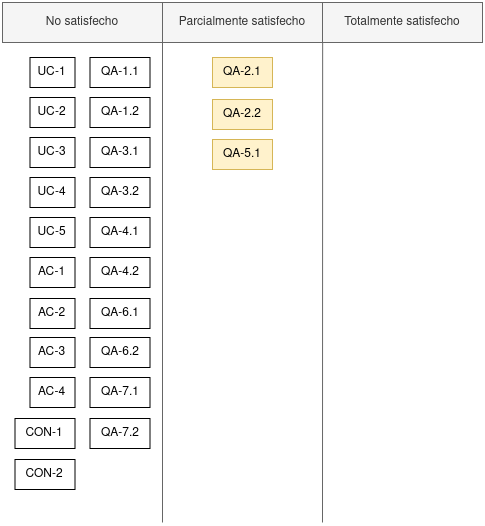
ramaaorella/final_disenio keeps this draw.io diagram as images/design-kanban-board/iteration-0.png. Above is the earlier version. Source tidied: cells renumbered, new cells last; positions are measured from the earlier drawing's top-left corner, leaving out a move shared by most shapes. The source it was exported from:
```xml
<mxGraphModel>
  <root>
    <mxCell id="0" />
    <mxCell id="1" parent="0" />
    <mxCell id="2" value="UC-1" style="rounded=0;whiteSpace=wrap;html=1;" parent="1" vertex="1">
      <mxGeometry x="27.5" y="55" width="45" height="30" as="geometry" />
    </mxCell>
    <mxCell id="3" value="UC-2" style="rounded=0;whiteSpace=wrap;html=1;" parent="1" vertex="1">
      <mxGeometry x="27.5" y="95" width="45" height="30" as="geometry" />
    </mxCell>
    <mxCell id="4" value="UC-3" style="rounded=0;whiteSpace=wrap;html=1;" parent="1" vertex="1">
      <mxGeometry x="27.5" y="135" width="45" height="30" as="geometry" />
    </mxCell>
    <mxCell id="5" value="&lt;div&gt;UC-4&lt;/div&gt;" style="rounded=0;whiteSpace=wrap;html=1;" parent="1" vertex="1">
      <mxGeometry x="27.5" y="175" width="45" height="30" as="geometry" />
    </mxCell>
    <mxCell id="6" value="UC-5" style="rounded=0;whiteSpace=wrap;html=1;" parent="1" vertex="1">
      <mxGeometry x="27.5" y="215" width="45" height="30" as="geometry" />
    </mxCell>
    <mxCell id="7" value="QA-1.1" style="rounded=0;whiteSpace=wrap;html=1;" parent="1" vertex="1">
      <mxGeometry x="87.5" y="55" width="60" height="30" as="geometry" />
    </mxCell>
    <mxCell id="8" value="QA-1.2" style="rounded=0;whiteSpace=wrap;html=1;" parent="1" vertex="1">
      <mxGeometry x="87.5" y="95" width="60" height="30" as="geometry" />
    </mxCell>
    <mxCell id="9" value="QA-2.1" style="rounded=0;whiteSpace=wrap;html=1;fillColor=#fff2cc;strokeColor=#d6b656;" parent="1" vertex="1">
      <mxGeometry x="210" y="55" width="60" height="30" as="geometry" />
    </mxCell>
    <mxCell id="10" value="QA-2.2" style="rounded=0;whiteSpace=wrap;html=1;fillColor=#fff2cc;strokeColor=#d6b656;" parent="1" vertex="1">
      <mxGeometry x="210" y="97" width="60" height="30" as="geometry" />
    </mxCell>
    <mxCell id="11" value="QA-3.1" style="rounded=0;whiteSpace=wrap;html=1;" parent="1" vertex="1">
      <mxGeometry x="87.5" y="135" width="60" height="30" as="geometry" />
    </mxCell>
    <mxCell id="12" value="QA-3.2" style="rounded=0;whiteSpace=wrap;html=1;" parent="1" vertex="1">
      <mxGeometry x="87.5" y="175" width="60" height="30" as="geometry" />
    </mxCell>
    <mxCell id="13" value="QA-4.1" style="rounded=0;whiteSpace=wrap;html=1;" parent="1" vertex="1">
      <mxGeometry x="87.5" y="215" width="60" height="30" as="geometry" />
    </mxCell>
    <mxCell id="14" value="QA-4.2" style="rounded=0;whiteSpace=wrap;html=1;" parent="1" vertex="1">
      <mxGeometry x="87.5" y="255" width="60" height="30" as="geometry" />
    </mxCell>
    <mxCell id="15" value="QA-5.1" style="rounded=0;whiteSpace=wrap;html=1;fillColor=#fff2cc;strokeColor=#d6b656;" parent="1" vertex="1">
      <mxGeometry x="210" y="137" width="60" height="30" as="geometry" />
    </mxCell>
    <mxCell id="16" value="QA-6.1" style="rounded=0;whiteSpace=wrap;html=1;" parent="1" vertex="1">
      <mxGeometry x="87.5" y="296" width="60" height="30" as="geometry" />
    </mxCell>
    <mxCell id="17" value="QA-6.2" style="rounded=0;whiteSpace=wrap;html=1;" parent="1" vertex="1">
      <mxGeometry x="87.5" y="335" width="60" height="30" as="geometry" />
    </mxCell>
    <mxCell id="18" value="QA-7.1" style="rounded=0;whiteSpace=wrap;html=1;" parent="1" vertex="1">
      <mxGeometry x="87.5" y="375" width="60" height="30" as="geometry" />
    </mxCell>
    <mxCell id="19" value="QA-7.2" style="rounded=0;whiteSpace=wrap;html=1;" parent="1" vertex="1">
      <mxGeometry x="87.5" y="416" width="60" height="30" as="geometry" />
    </mxCell>
    <mxCell id="20" value="CON-1" style="rounded=0;whiteSpace=wrap;html=1;" parent="1" vertex="1">
      <mxGeometry x="12.5" y="416" width="60" height="30" as="geometry" />
    </mxCell>
    <mxCell id="21" value="CON-2" style="rounded=0;whiteSpace=wrap;html=1;" parent="1" vertex="1">
      <mxGeometry x="12.5" y="457" width="60" height="30" as="geometry" />
    </mxCell>
    <mxCell id="22" value="AC-1" style="rounded=0;whiteSpace=wrap;html=1;" parent="1" vertex="1">
      <mxGeometry x="27.5" y="255" width="45" height="30" as="geometry" />
    </mxCell>
    <mxCell id="23" value="AC-2" style="rounded=0;whiteSpace=wrap;html=1;" parent="1" vertex="1">
      <mxGeometry x="27.5" y="296" width="45" height="30" as="geometry" />
    </mxCell>
    <mxCell id="24" value="AC-3" style="rounded=0;whiteSpace=wrap;html=1;" parent="1" vertex="1">
      <mxGeometry x="27.5" y="335" width="45" height="30" as="geometry" />
    </mxCell>
    <mxCell id="25" value="AC-4" style="rounded=0;whiteSpace=wrap;html=1;" parent="1" vertex="1">
      <mxGeometry x="27.5" y="375" width="45" height="30" as="geometry" />
    </mxCell>
    <mxCell id="26" style="endArrow=none;html=1;rounded=0;strokeColor=#666666;" parent="1" edge="1">
      <mxGeometry relative="1" as="geometry">
        <mxPoint x="160" y="520" as="sourcePoint" />
        <mxPoint x="160" y="40" as="targetPoint" />
      </mxGeometry>
    </mxCell>
    <mxCell id="27" value="No satisfecho" style="rounded=0;whiteSpace=wrap;html=1;fillColor=#f5f5f5;fontColor=#333333;strokeColor=#666666;" parent="1" vertex="1">
      <mxGeometry width="160" height="40" as="geometry" />
    </mxCell>
    <mxCell id="28" value="&lt;div&gt;Parcialmente satisfecho&lt;/div&gt;" style="rounded=0;whiteSpace=wrap;html=1;fillColor=#f5f5f5;fontColor=#333333;strokeColor=#666666;" parent="1" vertex="1">
      <mxGeometry x="160" width="160" height="40" as="geometry" />
    </mxCell>
    <mxCell id="29" style="endArrow=none;html=1;rounded=0;strokeColor=#666666;" parent="1" edge="1">
      <mxGeometry relative="1" as="geometry">
        <mxPoint x="320" y="520" as="sourcePoint" />
        <mxPoint x="320.2" y="40" as="targetPoint" />
      </mxGeometry>
    </mxCell>
    <mxCell id="30" value="&lt;div&gt;Totalmente satisfecho&lt;/div&gt;" style="rounded=0;whiteSpace=wrap;html=1;fillColor=#f5f5f5;fontColor=#333333;strokeColor=#666666;" parent="1" vertex="1">
      <mxGeometry x="320" width="160" height="40" as="geometry" />
    </mxCell>
  </root>
</mxGraphModel>
```
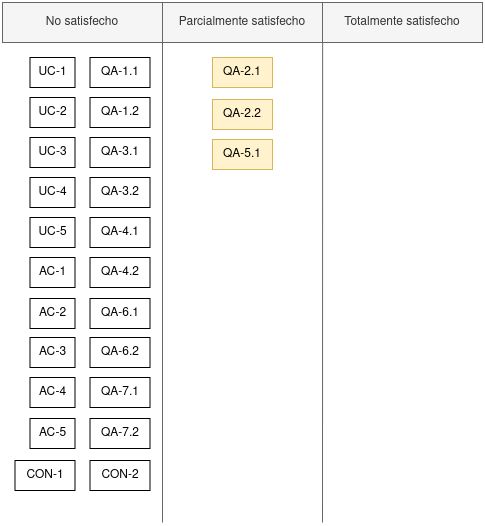
Above is the later version.

Commit message:
Se revisan y se corrigen algunos aspectos en el desglose de la arquitectura original, y se actualiza el design kanban board con el nuevo concern

Diff of the diagram source:
```diff
@@ -57,10 +57,10 @@
       <mxGeometry x="87.5" y="416" width="60" height="30" as="geometry" />
     </mxCell>
     <mxCell id="20" value="CON-1" style="rounded=0;whiteSpace=wrap;html=1;" parent="1" vertex="1">
-      <mxGeometry x="12.5" y="416" width="60" height="30" as="geometry" />
+      <mxGeometry x="12.5" y="458" width="60" height="30" as="geometry" />
     </mxCell>
     <mxCell id="21" value="CON-2" style="rounded=0;whiteSpace=wrap;html=1;" parent="1" vertex="1">
-      <mxGeometry x="12.5" y="457" width="60" height="30" as="geometry" />
+      <mxGeometry x="87.5" y="458" width="60" height="30" as="geometry" />
     </mxCell>
     <mxCell id="22" value="AC-1" style="rounded=0;whiteSpace=wrap;html=1;" parent="1" vertex="1">
       <mxGeometry x="27.5" y="255" width="45" height="30" as="geometry" />
@@ -95,5 +95,8 @@
     <mxCell id="30" value="&lt;div&gt;Totalmente satisfecho&lt;/div&gt;" style="rounded=0;whiteSpace=wrap;html=1;fillColor=#f5f5f5;fontColor=#333333;strokeColor=#666666;" parent="1" vertex="1">
       <mxGeometry x="320" width="160" height="40" as="geometry" />
     </mxCell>
+    <mxCell id="31" value="AC-5" style="rounded=0;whiteSpace=wrap;html=1;" parent="1" vertex="1">
+      <mxGeometry x="27.5" y="416" width="45" height="30" as="geometry" />
+    </mxCell>
   </root>
 </mxGraphModel>
```
